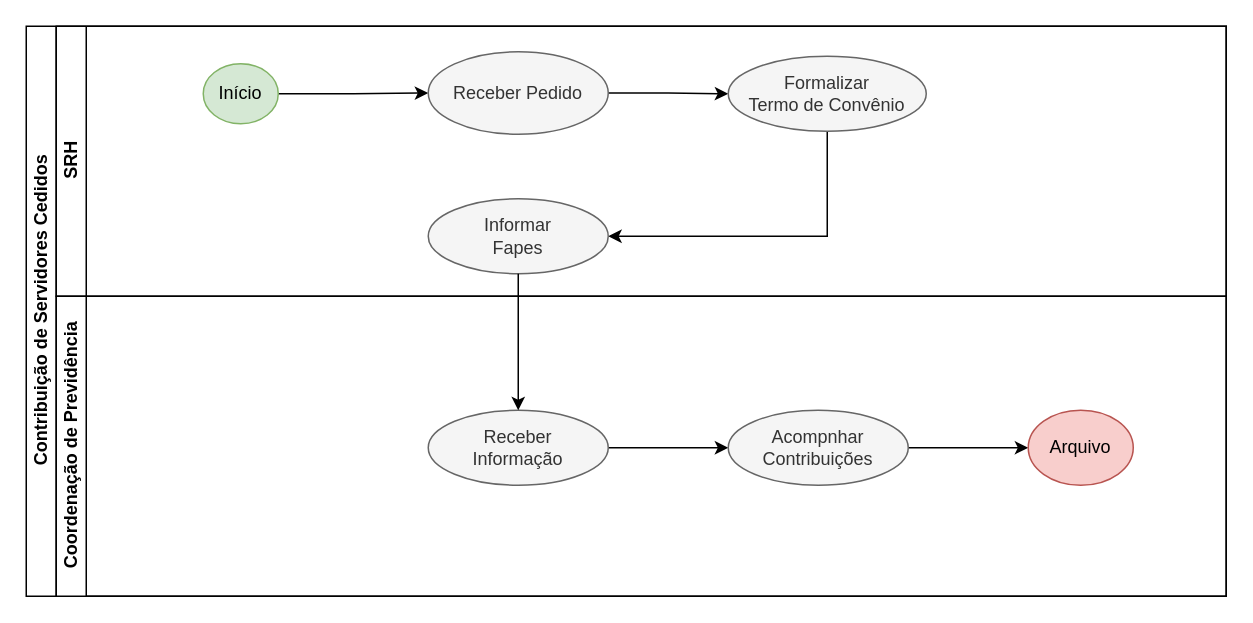
Ramaniks/fluxogramas-toledoprev keeps this draw.io diagram as CobrancaServidorCedido.drawio. Above is the earlier version. Source tidied: cells renumbered, new cells numbered last; positions are measured from the earlier drawing's top-left corner, leaving out a move shared by most shapes. Both pictures are drawn from the tidied source at 150%, with x=0, y=0 at pixel (26, 26).
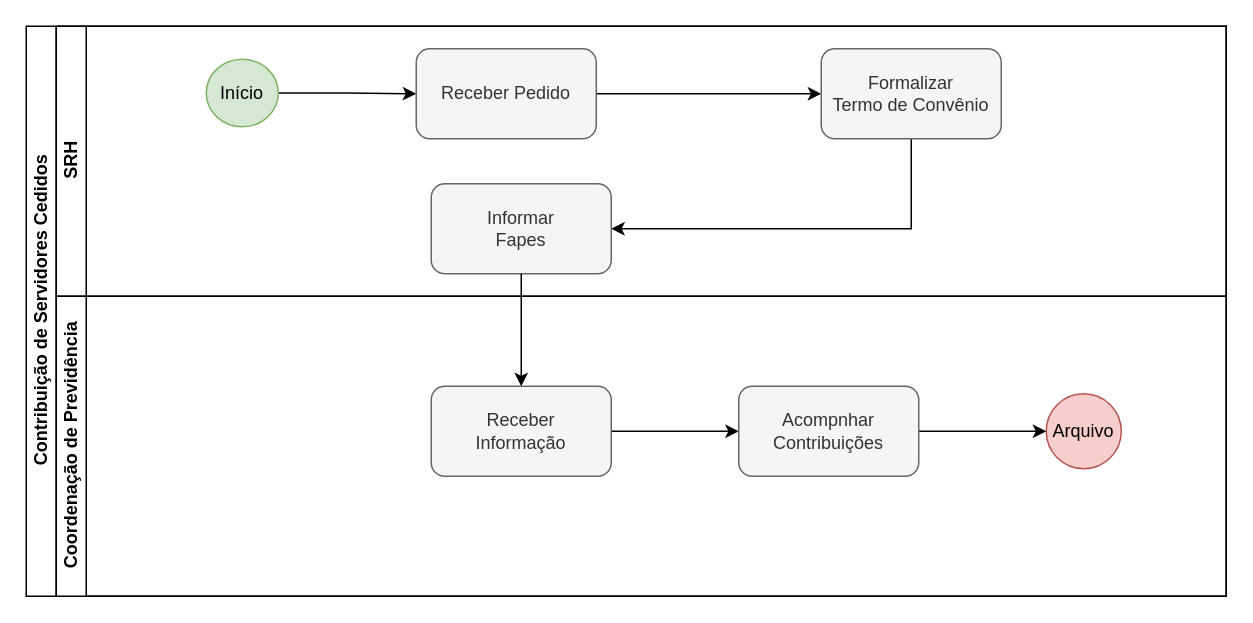
The same page after the edit.

Commit message (it also covers changes not shown here):
Colocado no padrão.

What changed in the source:
```diff
@@
 <mxGraphModel>
   <root>
     <mxCell id="0" />
     <mxCell id="1" parent="0" />
-    <mxCell id="2" value="Contribuição de Servidores Cedidos" style="swimlane;horizontal=0;startSize=20;html=1;" parent="1" vertex="1">
+    <mxCell id="2" value="Contribuição de Servidores Cedidos" style="swimlane;horizontal=0;startSize=20;html=1;strokeWidth=1;" parent="1" vertex="1">
       <mxGeometry width="800" height="380" as="geometry" />
     </mxCell>
-    <mxCell id="3" value="SRH" style="swimlane;startSize=20;horizontal=0;html=1;" parent="2" vertex="1">
+    <mxCell id="3" value="SRH" style="swimlane;startSize=20;horizontal=0;html=1;strokeWidth=1;" parent="2" vertex="1">
       <mxGeometry x="20" width="780" height="180" as="geometry" />
     </mxCell>
     <mxCell id="4" style="edgeStyle=orthogonalEdgeStyle;rounded=0;jettySize=auto;html=1;" parent="3" edge="1" source="5" target="7">
       <mxGeometry relative="1" as="geometry" />
     </mxCell>
     <mxCell id="5" value="Início" style="ellipse;whiteSpace=wrap;html=1;fillColor=#d5e8d4;strokeColor=#82b366;" parent="3" vertex="1">
-      <mxGeometry x="98" y="25" width="50" height="40" as="geometry" />
+      <mxGeometry x="100" y="22" width="48" height="45" as="geometry" />
     </mxCell>
-    <mxCell id="6" style="edgeStyle=orthogonalEdgeStyle;rounded=0;jettySize=auto;html=1;" parent="3" edge="1" source="7" target="9">
+    <mxCell id="6" style="edgeStyle=orthogonalEdgeStyle;rounded=0;jettySize=auto;html=1;entryX=0;entryY=0.5;entryDx=0;entryDy=0;" parent="3" edge="1" source="7" target="9">
       <mxGeometry relative="1" as="geometry" />
     </mxCell>
-    <mxCell id="7" value="Receber Pedido" style="ellipse;whiteSpace=wrap;html=1;fillColor=#f5f5f5;fontColor=#333333;strokeColor=#666666;" parent="3" vertex="1">
-      <mxGeometry x="248" y="17" width="120" height="55" as="geometry" />
+    <mxCell id="7" value="Receber Pedido" style="rounded=1;whiteSpace=wrap;html=1;fillColor=#f5f5f5;fontColor=#333333;strokeColor=#666666;" parent="3" vertex="1">
+      <mxGeometry x="240" y="15" width="120" height="60" as="geometry" />
     </mxCell>
     <mxCell id="8" style="edgeStyle=orthogonalEdgeStyle;rounded=0;jettySize=auto;html=1;entryX=1;entryY=0.5;entryDx=0;entryDy=0;exitX=0.5;exitY=1;exitDx=0;exitDy=0;" parent="3" edge="1" source="9" target="10">
       <mxGeometry relative="1" as="geometry" />
     </mxCell>
-    <mxCell id="9" value="Formalizar&lt;br&gt;Termo de Convênio" style="ellipse;whiteSpace=wrap;html=1;fillColor=#f5f5f5;fontColor=#333333;strokeColor=#666666;" parent="3" vertex="1">
-      <mxGeometry x="448" y="20" width="132" height="50" as="geometry" />
+    <mxCell id="9" value="Formalizar&lt;br style=&quot;border-color: var(--border-color);&quot;&gt;Termo de Convênio" style="rounded=1;whiteSpace=wrap;html=1;fillColor=#f5f5f5;fontColor=#333333;strokeColor=#666666;" parent="3" vertex="1">
+      <mxGeometry x="510" y="15" width="120" height="60" as="geometry" />
     </mxCell>
-    <mxCell id="10" value="Informar&lt;br&gt;Fapes" style="ellipse;whiteSpace=wrap;html=1;fillColor=#f5f5f5;fontColor=#333333;strokeColor=#666666;" parent="3" vertex="1">
-      <mxGeometry x="248" y="115" width="120" height="50" as="geometry" />
+    <mxCell id="10" value="Informar&lt;br style=&quot;border-color: var(--border-color);&quot;&gt;Fapes" style="rounded=1;whiteSpace=wrap;html=1;fillColor=#f5f5f5;fontColor=#333333;strokeColor=#666666;" parent="3" vertex="1">
+      <mxGeometry x="250" y="105" width="120" height="60" as="geometry" />
     </mxCell>
     <mxCell id="11" value="Coordenação de Previdência" style="swimlane;startSize=20;horizontal=0;html=1;" parent="2" vertex="1">
       <mxGeometry x="20" y="180" width="780" height="200" as="geometry" />
     </mxCell>
+    <mxCell id="16" value="Arquivo" style="ellipse;whiteSpace=wrap;html=1;fillColor=#f8cecc;strokeColor=#b85450;" parent="11" vertex="1">
+      <mxGeometry x="660" y="65" width="50" height="50" as="geometry" />
+    </mxCell>
-    <mxCell id="12" style="edgeStyle=orthogonalEdgeStyle;rounded=0;jettySize=auto;html=1;" parent="11" edge="1" source="13" target="15">
+    <mxCell id="12" style="edgeStyle=orthogonalEdgeStyle;rounded=0;jettySize=auto;html=1;entryX=0;entryY=0.5;entryDx=0;entryDy=0;" parent="11" edge="1" source="13" target="15">
       <mxGeometry relative="1" as="geometry" />
     </mxCell>
-    <mxCell id="13" value="Receber &lt;br&gt;Informação" style="ellipse;whiteSpace=wrap;html=1;fillColor=#f5f5f5;fontColor=#333333;strokeColor=#666666;" parent="11" vertex="1">
-      <mxGeometry x="248" y="76" width="120" height="50" as="geometry" />
+    <mxCell id="13" value="Receber&lt;br style=&quot;border-color: var(--border-color);&quot;&gt;Informação" style="rounded=1;whiteSpace=wrap;html=1;fillColor=#f5f5f5;fontColor=#333333;strokeColor=#666666;" parent="11" vertex="1">
+      <mxGeometry x="250" y="60" width="120" height="60" as="geometry" />
     </mxCell>
     <mxCell id="14" style="edgeStyle=orthogonalEdgeStyle;rounded=0;jettySize=auto;html=1;" parent="11" edge="1" source="15" target="16">
       <mxGeometry relative="1" as="geometry" />
     </mxCell>
-    <mxCell id="15" value="Acompnhar&lt;br&gt;Contribuições" style="ellipse;whiteSpace=wrap;html=1;fillColor=#f5f5f5;fontColor=#333333;strokeColor=#666666;" parent="11" vertex="1">
-      <mxGeometry x="448" y="76" width="120" height="50" as="geometry" />
+    <mxCell id="15" value="Acompnhar&lt;br style=&quot;border-color: var(--border-color);&quot;&gt;Contribuições" style="rounded=1;whiteSpace=wrap;html=1;fillColor=#f5f5f5;fontColor=#333333;strokeColor=#666666;" parent="11" vertex="1">
+      <mxGeometry x="455" y="60" width="120" height="60" as="geometry" />
     </mxCell>
-    <mxCell id="16" value="Arquivo" style="ellipse;whiteSpace=wrap;html=1;fillColor=#f8cecc;strokeColor=#b85450;" parent="11" vertex="1">
-      <mxGeometry x="648" y="76" width="70" height="50" as="geometry" />
-    </mxCell>
-    <mxCell id="17" style="edgeStyle=orthogonalEdgeStyle;rounded=0;jettySize=auto;html=1;" parent="2" edge="1" source="10" target="13">
+    <mxCell id="17" style="edgeStyle=orthogonalEdgeStyle;rounded=0;jettySize=auto;html=1;entryX=0.5;entryY=0;entryDx=0;entryDy=0;" parent="2" edge="1" source="10" target="13">
       <mxGeometry relative="1" as="geometry" />
     </mxCell>
   </root>
 </mxGraphModel>
```
